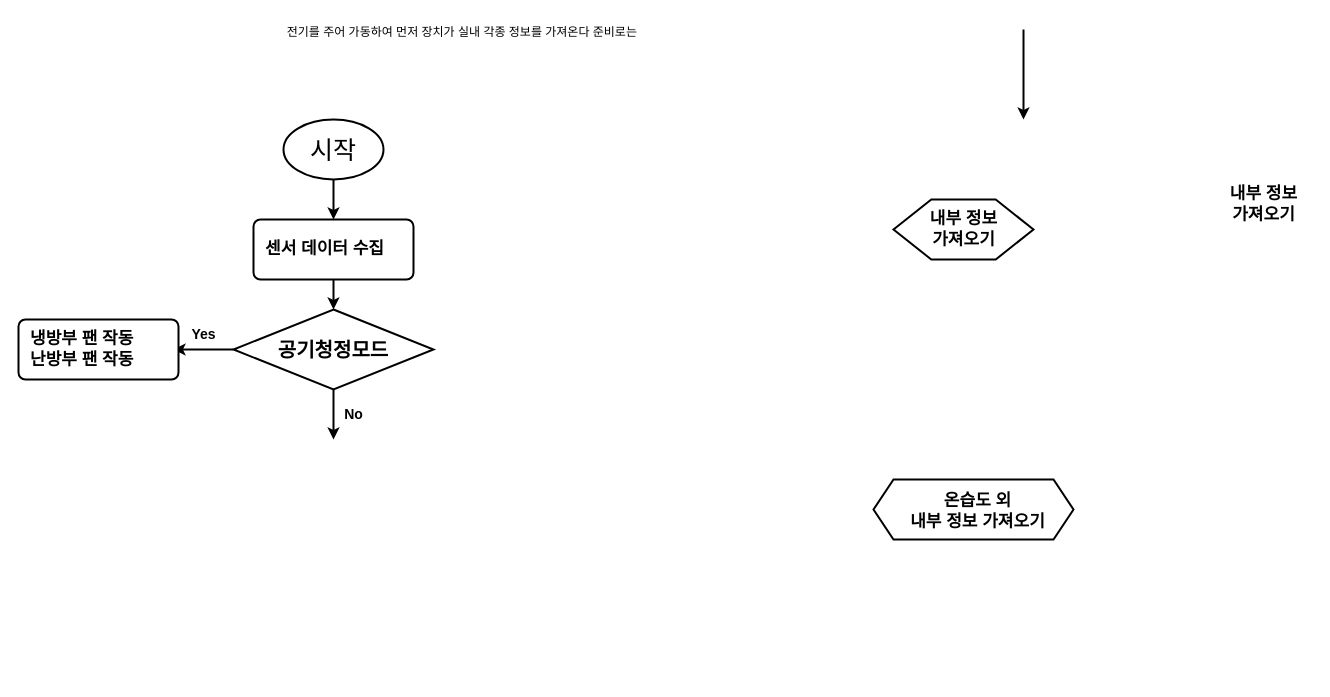
Before: 홈키팜_02.drawio in Sun-Rang/AI_-, a draw.io diagram. Source tidied: cells renumbered, new cells numbered last; positions are measured from the earlier drawing's top-left corner, leaving out a move shared by most shapes. Both pictures are drawn from the tidied source at 100%, with x=0, y=0 at pixel (18, 17).
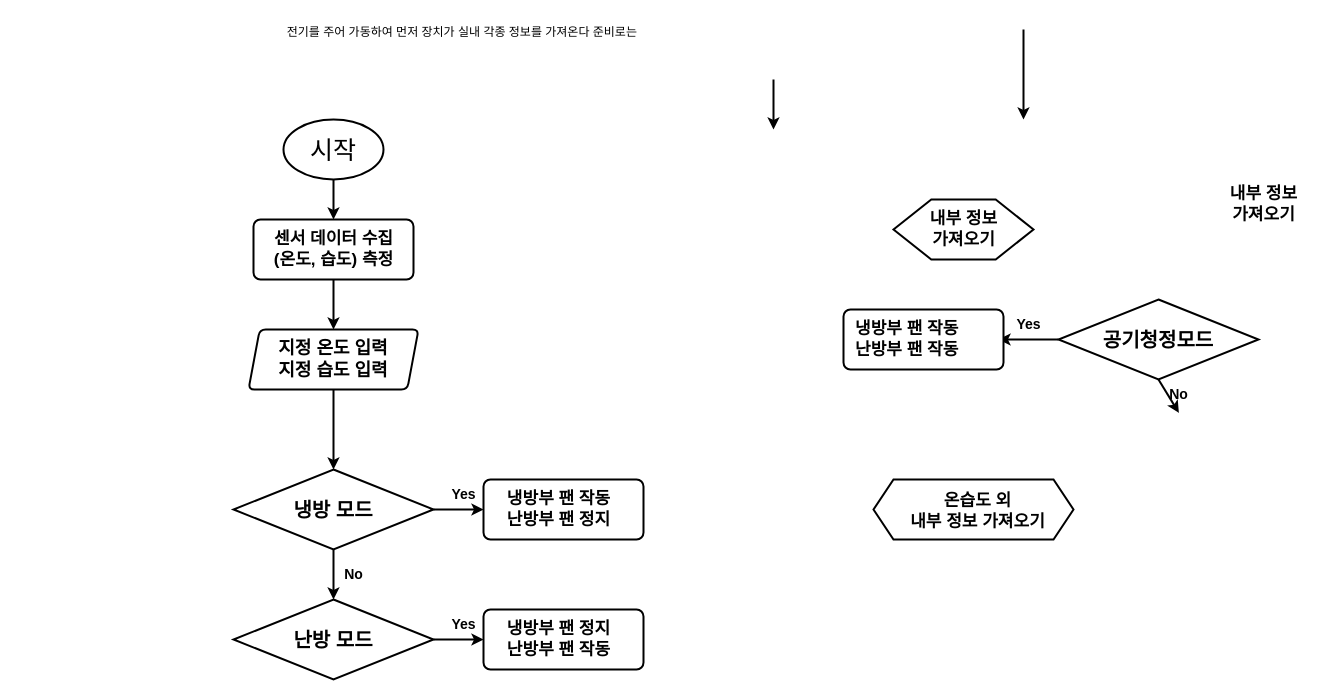
Above is the later version.

Commit message:
홈키팜_02.drawio 업데이트

Unchanged cells that the change refers to:
```xml
<mxCell id="9" style="rounded=1;whiteSpace=wrap;html=1;absoluteArcSize=1;arcSize=14;strokeWidth=2;" parent="1" vertex="1">
  <mxGeometry x="235" y="202" width="160" height="60" as="geometry" />
</mxCell>
```

What changed in the source:
```diff
@@
     <mxCell id="4" value="공기청정모드" style="strokeWidth=2;html=1;shape=mxgraph.flowchart.decision;whiteSpace=wrap;fontSize=20;fontStyle=1;" parent="1" vertex="1">
-      <mxGeometry x="215" y="292" width="200" height="80" as="geometry" />
+      <mxGeometry x="1040" y="282" width="200" height="80" as="geometry" />
     </mxCell>
@@
-    <mxCell id="10" value="&lt;span style=&quot;font-size: 17px;&quot;&gt;센서 데이터 수집&lt;/span&gt;" style="text;html=1;align=left;verticalAlign=middle;strokeColor=none;fillColor=none;strokeWidth=2;fontStyle=1;" parent="1" vertex="1">
-      <mxGeometry x="245" y="217" width="150" height="30" as="geometry" />
+    <mxCell id="10" value="&lt;span style=&quot;font-size: 17px;&quot;&gt;센서 데이터 수집&lt;br&gt;(온도, 습도) 측정&lt;br&gt;&lt;/span&gt;" style="text;html=1;align=center;verticalAlign=middle;strokeColor=none;fillColor=none;strokeWidth=2;fontStyle=1;" parent="1" vertex="1">
+      <mxGeometry x="240" y="207" width="150" height="50" as="geometry" />
     </mxCell>
@@
-    <mxCell id="13" style="endArrow=classic;html=1;rounded=0;exitX=0.5;exitY=1;exitDx=0;exitDy=0;entryX=0.5;entryY=0;entryDx=0;entryDy=0;entryPerimeter=0;strokeWidth=2;" parent="1" edge="1" source="9" target="4">
+    <mxCell id="13" style="endArrow=classic;html=1;rounded=0;exitX=0.5;exitY=1;exitDx=0;exitDy=0;strokeWidth=2;entryX=0.5;entryY=0;entryDx=0;entryDy=0;" parent="1" edge="1" source="9" target="34">
       <mxGeometry relative="1" as="geometry">
         <Array as="points">
           <mxPoint x="315" y="262" />
         </Array>
       </mxGeometry>
     </mxCell>
-    <mxCell id="14" style="endArrow=classic;html=1;rounded=0;exitX=0.5;exitY=1;exitDx=0;exitDy=0;exitPerimeter=0;jumpSize=6;strokeWidth=2;" parent="1" edge="1" source="4">
-      <mxGeometry relative="1" as="geometry">
-        <mxPoint x="315" y="422" as="targetPoint" />
-      </mxGeometry>
+    <mxCell id="14" style="endArrow=classic;html=1;rounded=0;exitX=0.5;exitY=1;exitDx=0;exitDy=0;exitPerimeter=0;jumpSize=6;strokeWidth=2;entryX=0.51;entryY=1.113;entryDx=0;entryDy=0;entryPerimeter=0;" parent="1" edge="1" source="4" target="15">
+      <mxGeometry relative="1" as="geometry" />
     </mxCell>
     <mxCell id="15" value="No" style="text;html=1;align=center;verticalAlign=middle;points=[];strokeColor=none;fillColor=none;fontSize=14;fontStyle=1;" parent="1" vertex="1">
-      <mxGeometry x="315" y="382" width="40" height="30" as="geometry" />
+      <mxGeometry x="1140" y="362" width="40" height="30" as="geometry" />
     </mxCell>
@@
     <mxCell id="17" style="endArrow=classic;html=1;rounded=0;jumpSize=6;strokeWidth=2;exitX=0;exitY=0.5;exitDx=0;exitDy=0;exitPerimeter=0;" parent="1" edge="1" source="4">
       <mxGeometry relative="1" as="geometry">
-        <mxPoint x="155" y="332" as="targetPoint" />
+        <mxPoint x="980" y="322" as="targetPoint" />
       </mxGeometry>
     </mxCell>
     <mxCell id="18" value="Yes" style="text;html=1;align=center;verticalAlign=middle;strokeColor=none;fillColor=none;fontSize=14;fontStyle=1;" parent="1" vertex="1">
-      <mxGeometry x="160" y="302" width="50" height="30" as="geometry" />
+      <mxGeometry x="985" y="292" width="50" height="30" as="geometry" />
     </mxCell>
     <mxCell id="19" style="rounded=1;whiteSpace=wrap;html=1;absoluteArcSize=1;arcSize=14;strokeWidth=2;" parent="1" vertex="1">
-      <mxGeometry y="302" width="160" height="60" as="geometry" />
+      <mxGeometry x="825" y="292" width="160" height="60" as="geometry" />
     </mxCell>
     <mxCell id="20" value="&lt;span style=&quot;font-size: 17px;&quot;&gt;냉방부 팬 작동&lt;br&gt;난방부 팬 작동&lt;br&gt;&lt;/span&gt;" style="text;html=1;align=left;verticalAlign=middle;strokeColor=none;fillColor=none;strokeWidth=2;fontStyle=1;" parent="1" vertex="1">
-      <mxGeometry x="10" y="307" width="130" height="50" as="geometry" />
+      <mxGeometry x="835" y="297" width="130" height="50" as="geometry" />
     </mxCell>
+    <mxCell id="21" style="endArrow=classic;html=1;rounded=0;exitX=0.5;exitY=1;exitDx=0;exitDy=0;exitPerimeter=0;jumpSize=6;strokeWidth=2;" parent="1" edge="1">
+      <mxGeometry relative="1" as="geometry">
+        <mxPoint x="755" y="62" as="sourcePoint" />
+        <mxPoint x="755" y="112" as="targetPoint" />
+      </mxGeometry>
+    </mxCell>
+    <mxCell id="22" value="냉방 모드" style="strokeWidth=2;html=1;shape=mxgraph.flowchart.decision;whiteSpace=wrap;fontSize=20;fontStyle=1;" parent="1" vertex="1">
+      <mxGeometry x="215" y="452" width="200" height="80" as="geometry" />
+    </mxCell>
+    <mxCell id="23" style="endArrow=classic;html=1;rounded=0;exitX=0.5;exitY=1;exitDx=0;exitDy=0;exitPerimeter=0;jumpSize=6;strokeWidth=2;" parent="1" edge="1">
+      <mxGeometry relative="1" as="geometry">
+        <mxPoint x="315" y="532" as="sourcePoint" />
+        <mxPoint x="315" y="582" as="targetPoint" />
+      </mxGeometry>
+    </mxCell>
+    <mxCell id="24" value="No" style="text;html=1;align=center;verticalAlign=middle;strokeColor=none;fillColor=none;fontSize=14;fontStyle=1;" parent="1" vertex="1">
+      <mxGeometry x="315" y="542" width="40" height="30" as="geometry" />
+    </mxCell>
+    <mxCell id="25" value="난방 모드" style="strokeWidth=2;html=1;shape=mxgraph.flowchart.decision;whiteSpace=wrap;fontSize=20;fontStyle=1;" parent="1" vertex="1">
+      <mxGeometry x="215" y="582" width="200" height="80" as="geometry" />
+    </mxCell>
+    <mxCell id="26" style="endArrow=classic;html=1;rounded=0;jumpSize=6;strokeWidth=2;exitX=1;exitY=0.5;exitDx=0;exitDy=0;exitPerimeter=0;entryX=0;entryY=0.5;entryDx=0;entryDy=0;" parent="1" edge="1" source="22" target="28">
+      <mxGeometry relative="1" as="geometry" />
+    </mxCell>
+    <mxCell id="27" value="Yes" style="text;html=1;align=center;verticalAlign=middle;strokeColor=none;fillColor=none;fontSize=14;fontStyle=1;" parent="1" vertex="1">
+      <mxGeometry x="420" y="462" width="50" height="30" as="geometry" />
+    </mxCell>
+    <mxCell id="28" style="rounded=1;whiteSpace=wrap;html=1;absoluteArcSize=1;arcSize=14;strokeWidth=2;" parent="1" vertex="1">
+      <mxGeometry x="465" y="462" width="160" height="60" as="geometry" />
+    </mxCell>
+    <mxCell id="29" value="&lt;span style=&quot;font-size: 17px;&quot;&gt;냉방부 팬 작동&lt;br&gt;난방부 팬 정지&lt;br&gt;&lt;/span&gt;" style="text;html=1;align=center;verticalAlign=middle;strokeColor=none;fillColor=none;strokeWidth=2;fontStyle=1;" parent="1" vertex="1">
+      <mxGeometry x="475" y="467" width="130" height="50" as="geometry" />
+    </mxCell>
+    <mxCell id="30" style="endArrow=classic;html=1;rounded=0;jumpSize=6;strokeWidth=2;exitX=1;exitY=0.5;exitDx=0;exitDy=0;exitPerimeter=0;entryX=0;entryY=0.5;entryDx=0;entryDy=0;" parent="1" edge="1" source="25" target="32">
+      <mxGeometry relative="1" as="geometry" />
+    </mxCell>
+    <mxCell id="31" value="Yes" style="text;html=1;align=center;verticalAlign=middle;strokeColor=none;fillColor=none;fontSize=14;fontStyle=1;" parent="1" vertex="1">
+      <mxGeometry x="420" y="592" width="50" height="30" as="geometry" />
+    </mxCell>
+    <mxCell id="32" style="rounded=1;whiteSpace=wrap;html=1;absoluteArcSize=1;arcSize=14;strokeWidth=2;" parent="1" vertex="1">
+      <mxGeometry x="465" y="592" width="160" height="60" as="geometry" />
+    </mxCell>
+    <mxCell id="33" value="&lt;span style=&quot;font-size: 17px;&quot;&gt;냉방부 팬 정지&lt;br&gt;난방부 팬 작동&lt;br&gt;&lt;/span&gt;" style="text;html=1;align=center;verticalAlign=middle;strokeColor=none;fillColor=none;strokeWidth=2;fontStyle=1;" parent="1" vertex="1">
+      <mxGeometry x="475" y="597" width="130" height="50" as="geometry" />
+    </mxCell>
+    <mxCell id="34" value="지정 온도 입력&lt;br style=&quot;font-size: 18px;&quot;&gt;지정 습도 입력" style="shape=parallelogram;html=1;strokeWidth=2;perimeter=parallelogramPerimeter;whiteSpace=wrap;rounded=1;arcSize=12;size=0.0661764705882353;fontStyle=1;fontSize=18;" parent="1" vertex="1">
+      <mxGeometry x="230" y="312" width="170" height="60" as="geometry" />
+    </mxCell>
+    <mxCell id="35" style="endArrow=classic;html=1;rounded=0;exitX=0.5;exitY=1;exitDx=0;exitDy=0;strokeWidth=2;entryX=0.5;entryY=0;entryDx=0;entryDy=0;entryPerimeter=0;" parent="1" edge="1" source="34" target="22">
+      <mxGeometry relative="1" as="geometry" />
+    </mxCell>
```
